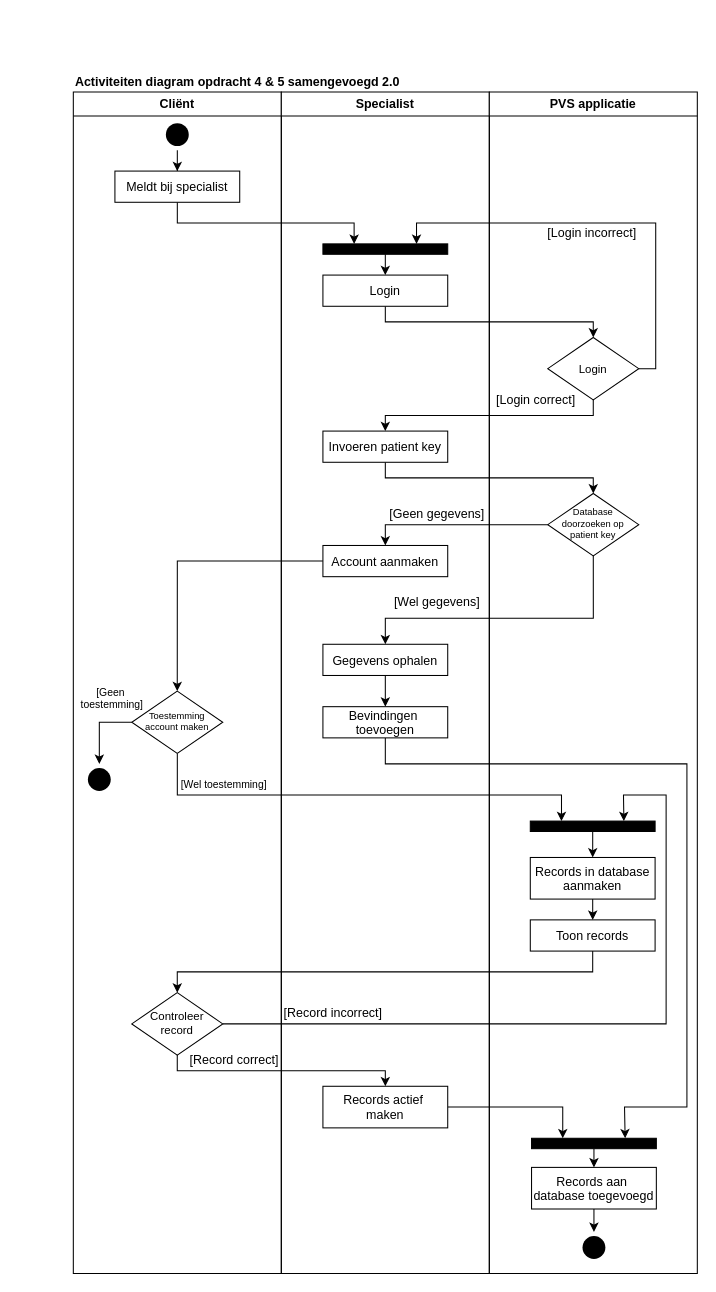
This is page "Activity_diagram" (4 of 4) of ProcesanalyseEindopdracht.drawio from EMB20/Procesanalyse, a draw.io file, before an edit. Source tidied: cells renumbered, new cells numbered last; positions are measured from the earlier drawing's top-left corner, leaving out a move shared by most shapes. Both pictures are drawn from the tidied source at 104%, with x=0, y=0 at pixel (73, 71).
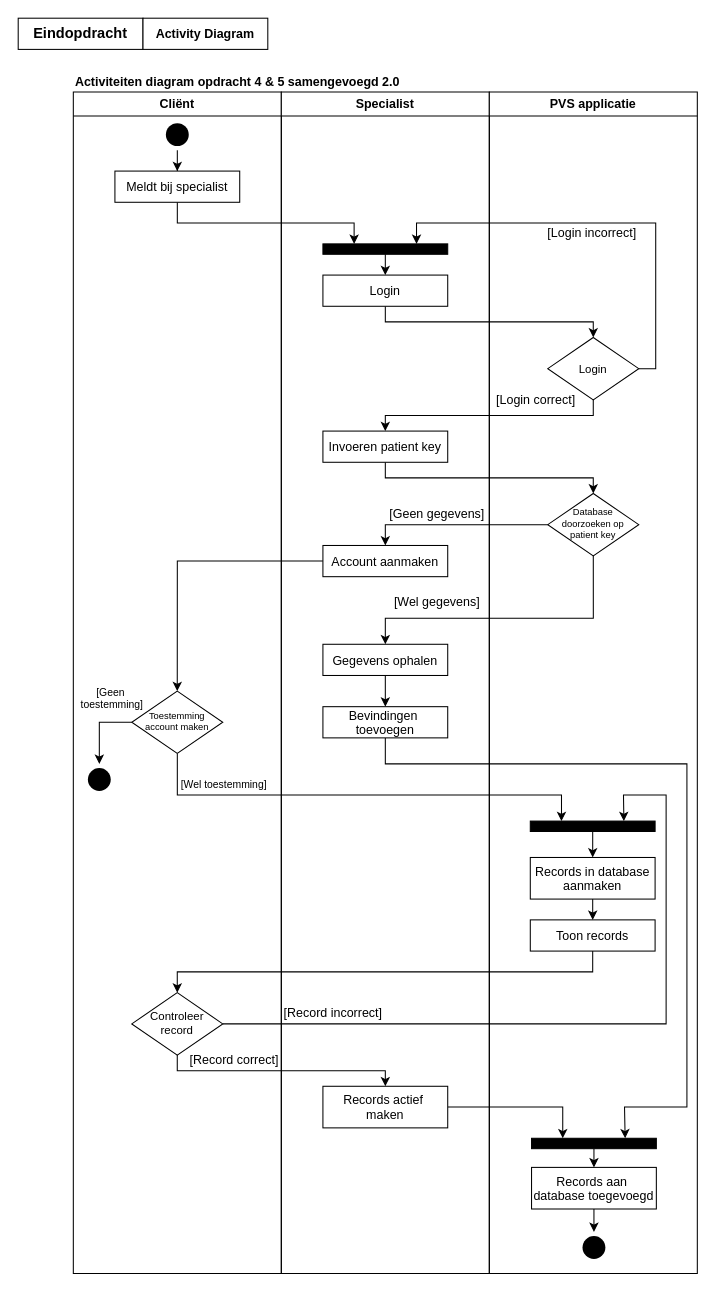
The same page after the edit.

The edit, as a diff of the source:
```diff
@@
+    <mxCell id="56" value="Eindopdracht" style="text;html=1;align=center;verticalAlign=middle;whiteSpace=wrap;rounded=0;fontStyle=1;fontSize=14;fillColor=default;strokeColor=default;perimeterSpacing=0;" parent="1" vertex="1">
+      <mxGeometry x="-53" y="-51" width="120" height="30" as="geometry" />
+    </mxCell>
+    <mxCell id="57" value="&lt;font style=&quot;font-size: 12px;&quot;&gt;Activity Diagram&lt;/font&gt;" style="text;html=1;align=center;verticalAlign=middle;whiteSpace=wrap;rounded=0;fontStyle=1;fontSize=14;fillColor=default;strokeColor=default;" parent="1" vertex="1">
+      <mxGeometry x="67" y="-51" width="120" height="30" as="geometry" />
+    </mxCell>
```
